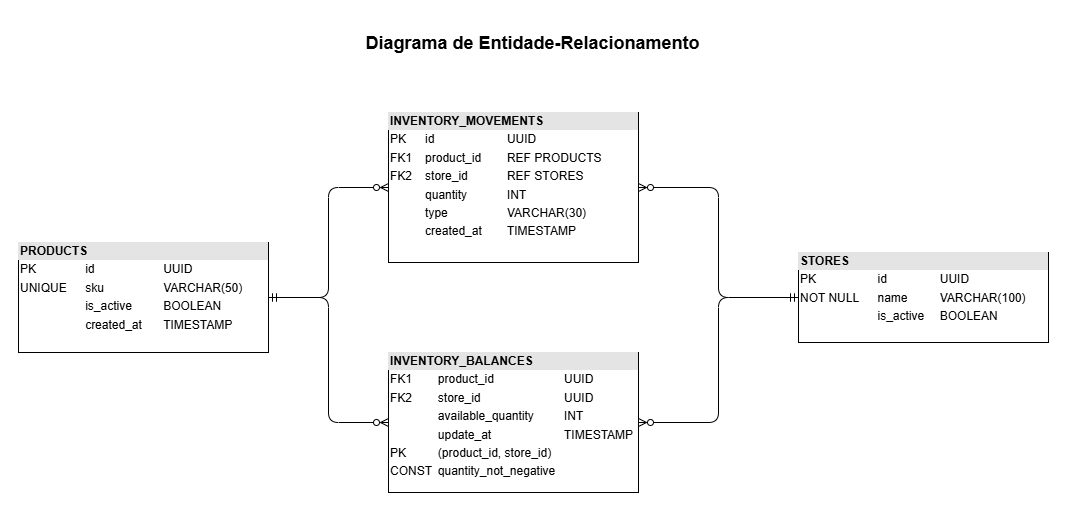
franklindrw/Stock-Manager keeps this draw.io diagram as documentation/db-der.drawio.png. Above is the earlier version. Source tidied: cells renumbered, new cells last; positions are measured from the earlier drawing's top-left corner, leaving out a move shared by most shapes.
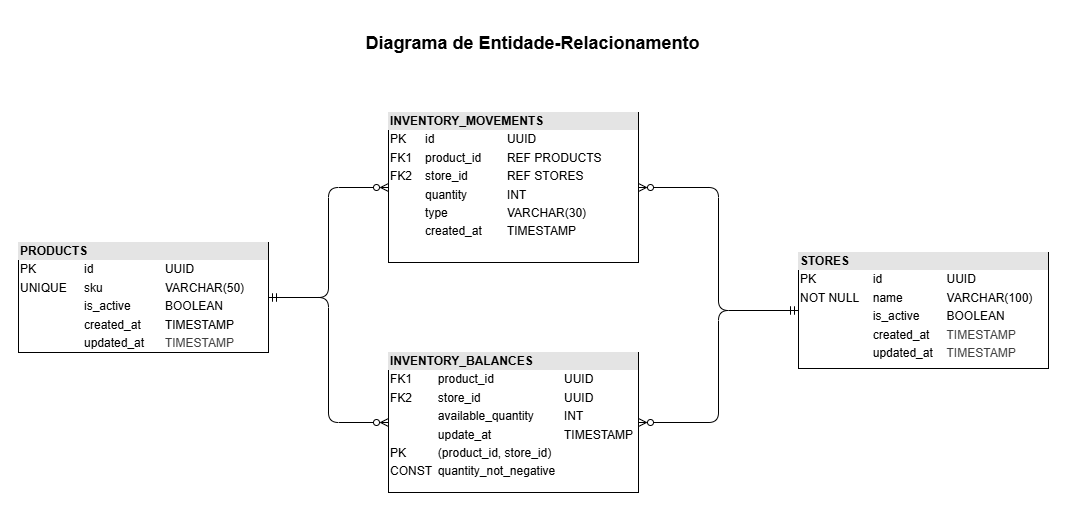
The same file after the commit.

Diff of the diagram source:
```diff
@@ -13,13 +13,13 @@
         </Array>
       </mxGeometry>
     </mxCell>
-    <mxCell id="4" value="&lt;div style=&quot;box-sizing: border-box; width: 100%; background: rgb(228, 228, 228); padding: 2px;&quot;&gt;&lt;b&gt;PRODUCTS&lt;/b&gt;&lt;/div&gt;&lt;table style=&quot;width:100%;font-size:1em;&quot; cellpadding=&quot;2&quot; cellspacing=&quot;0&quot;&gt;&lt;tbody&gt;&lt;tr&gt;&lt;td&gt;PK&lt;/td&gt;&lt;td&gt;id&lt;/td&gt;&lt;td&gt;UUID&lt;/td&gt;&lt;/tr&gt;&lt;tr&gt;&lt;td&gt;UNIQUE&lt;/td&gt;&lt;td&gt;sku&lt;/td&gt;&lt;td&gt;VARCHAR(50)&lt;/td&gt;&lt;/tr&gt;&lt;tr&gt;&lt;td&gt;&lt;/td&gt;&lt;td&gt;is_active&lt;/td&gt;&lt;td&gt;BOOLEAN&lt;/td&gt;&lt;/tr&gt;&lt;tr&gt;&lt;td&gt;&lt;br&gt;&lt;/td&gt;&lt;td&gt;created_at&lt;/td&gt;&lt;td&gt;TIMESTAMP&lt;/td&gt;&lt;/tr&gt;&lt;/tbody&gt;&lt;/table&gt;" style="verticalAlign=top;align=left;overflow=fill;html=1;whiteSpace=wrap;" parent="1" vertex="1">
+    <mxCell id="4" value="&lt;div style=&quot;box-sizing: border-box; width: 100%; background: rgb(228, 228, 228); padding: 2px;&quot;&gt;&lt;b&gt;PRODUCTS&lt;/b&gt;&lt;/div&gt;&lt;table style=&quot;width:100%;font-size:1em;&quot; cellpadding=&quot;2&quot; cellspacing=&quot;0&quot;&gt;&lt;tbody&gt;&lt;tr&gt;&lt;td&gt;PK&lt;/td&gt;&lt;td&gt;id&lt;/td&gt;&lt;td&gt;UUID&lt;/td&gt;&lt;/tr&gt;&lt;tr&gt;&lt;td&gt;UNIQUE&lt;/td&gt;&lt;td&gt;sku&lt;/td&gt;&lt;td&gt;VARCHAR(50)&lt;/td&gt;&lt;/tr&gt;&lt;tr&gt;&lt;td&gt;&lt;/td&gt;&lt;td&gt;is_active&lt;/td&gt;&lt;td&gt;BOOLEAN&lt;/td&gt;&lt;/tr&gt;&lt;tr&gt;&lt;td&gt;&lt;br&gt;&lt;/td&gt;&lt;td&gt;created_at&lt;/td&gt;&lt;td&gt;TIMESTAMP&amp;nbsp;&lt;/td&gt;&lt;/tr&gt;&lt;tr&gt;&lt;td&gt;&lt;br&gt;&lt;/td&gt;&lt;td&gt;updated_at&lt;/td&gt;&lt;td&gt;&lt;span style=&quot;color: rgb(63, 63, 63);&quot;&gt;TIMESTAMP&lt;/span&gt;&lt;/td&gt;&lt;/tr&gt;&lt;/tbody&gt;&lt;/table&gt;" style="verticalAlign=top;align=left;overflow=fill;html=1;whiteSpace=wrap;" parent="1" vertex="1">
       <mxGeometry y="224" width="250" height="110" as="geometry" />
     </mxCell>
     <mxCell id="5" style="edgeStyle=orthogonalEdgeStyle;html=1;startArrow=ERmandOne;startFill=0;endArrow=ERzeroToMany;endFill=0;" parent="1" edge="1" source="7" target="9">
       <mxGeometry relative="1" as="geometry">
         <Array as="points">
-          <mxPoint x="700" y="279" />
+          <mxPoint x="700" y="292" />
           <mxPoint x="700" y="404" />
         </Array>
       </mxGeometry>
@@ -27,8 +27,8 @@
     <mxCell id="6" style="edgeStyle=orthogonalEdgeStyle;html=1;startArrow=ERmandOne;startFill=0;endArrow=ERzeroToMany;endFill=0;" parent="1" edge="1" source="7" target="8">
       <mxGeometry relative="1" as="geometry" />
     </mxCell>
-    <mxCell id="7" value="&lt;div style=&quot;box-sizing: border-box; width: 100%; background: rgb(228, 228, 228); padding: 2px;&quot;&gt;&lt;b&gt;STORES&lt;/b&gt;&lt;/div&gt;&lt;table style=&quot;width:100%;font-size:1em;&quot; cellpadding=&quot;2&quot; cellspacing=&quot;0&quot;&gt;&lt;tbody&gt;&lt;tr&gt;&lt;td&gt;PK&lt;/td&gt;&lt;td&gt;id&lt;/td&gt;&lt;td&gt;UUID&lt;/td&gt;&lt;/tr&gt;&lt;tr&gt;&lt;td&gt;NOT NULL&lt;/td&gt;&lt;td&gt;name&lt;/td&gt;&lt;td&gt;VARCHAR(100)&lt;/td&gt;&lt;/tr&gt;&lt;tr&gt;&lt;td&gt;&lt;/td&gt;&lt;td&gt;is_active&lt;/td&gt;&lt;td&gt;BOOLEAN&lt;/td&gt;&lt;/tr&gt;&lt;/tbody&gt;&lt;/table&gt;" style="verticalAlign=top;align=left;overflow=fill;html=1;whiteSpace=wrap;" parent="1" vertex="1">
-      <mxGeometry x="780" y="234" width="250" height="90" as="geometry" />
+    <mxCell id="7" value="&lt;div style=&quot;box-sizing: border-box; width: 100%; background: rgb(228, 228, 228); padding: 2px;&quot;&gt;&lt;b&gt;STORES&lt;/b&gt;&lt;/div&gt;&lt;table style=&quot;width:100%;font-size:1em;&quot; cellpadding=&quot;2&quot; cellspacing=&quot;0&quot;&gt;&lt;tbody&gt;&lt;tr&gt;&lt;td&gt;PK&lt;/td&gt;&lt;td&gt;id&lt;/td&gt;&lt;td&gt;UUID&lt;/td&gt;&lt;/tr&gt;&lt;tr&gt;&lt;td&gt;NOT NULL&lt;/td&gt;&lt;td&gt;name&lt;/td&gt;&lt;td&gt;VARCHAR(100)&lt;/td&gt;&lt;/tr&gt;&lt;tr&gt;&lt;td&gt;&lt;/td&gt;&lt;td&gt;is_active&lt;/td&gt;&lt;td&gt;BOOLEAN&lt;/td&gt;&lt;/tr&gt;&lt;tr&gt;&lt;td&gt;&lt;br&gt;&lt;/td&gt;&lt;td&gt;created_at&lt;/td&gt;&lt;td&gt;&lt;span style=&quot;color: rgb(63, 63, 63);&quot;&gt;TIMESTAMP&lt;/span&gt;&lt;/td&gt;&lt;/tr&gt;&lt;tr&gt;&lt;td&gt;&lt;br&gt;&lt;/td&gt;&lt;td&gt;updated_at&lt;/td&gt;&lt;td&gt;&lt;span style=&quot;color: rgb(63, 63, 63);&quot;&gt;TIMESTAMP&lt;/span&gt;&lt;/td&gt;&lt;/tr&gt;&lt;/tbody&gt;&lt;/table&gt;" style="verticalAlign=top;align=left;overflow=fill;html=1;whiteSpace=wrap;" parent="1" vertex="1">
+      <mxGeometry x="780" y="234" width="250" height="116" as="geometry" />
     </mxCell>
     <mxCell id="8" value="&lt;div style=&quot;box-sizing: border-box; width: 100%; background: rgb(228, 228, 228); padding: 2px;&quot;&gt;&lt;b&gt;INVENTORY_MOVEMENTS&lt;/b&gt;&lt;/div&gt;&lt;table style=&quot;width:100%;font-size:1em;&quot; cellpadding=&quot;2&quot; cellspacing=&quot;0&quot;&gt;&lt;tbody&gt;&lt;tr&gt;&lt;td&gt;PK&lt;/td&gt;&lt;td&gt;id&lt;/td&gt;&lt;td&gt;UUID&lt;/td&gt;&lt;/tr&gt;&lt;tr&gt;&lt;td&gt;FK1&lt;/td&gt;&lt;td&gt;product_id&lt;/td&gt;&lt;td&gt;REF PRODUCTS&lt;/td&gt;&lt;/tr&gt;&lt;tr&gt;&lt;td&gt;FK2&lt;/td&gt;&lt;td&gt;store_id&lt;/td&gt;&lt;td&gt;REF STORES&lt;/td&gt;&lt;/tr&gt;&lt;tr&gt;&lt;td&gt;&lt;/td&gt;&lt;td&gt;quantity&lt;/td&gt;&lt;td&gt;INT&lt;/td&gt;&lt;/tr&gt;&lt;tr&gt;&lt;td&gt;&lt;br&gt;&lt;/td&gt;&lt;td&gt;type&lt;/td&gt;&lt;td&gt;VARCHAR(30)&lt;/td&gt;&lt;/tr&gt;&lt;tr&gt;&lt;td&gt;&lt;br&gt;&lt;/td&gt;&lt;td&gt;created_at&lt;/td&gt;&lt;td&gt;TIMESTAMP&lt;/td&gt;&lt;/tr&gt;&lt;/tbody&gt;&lt;/table&gt;" style="verticalAlign=top;align=left;overflow=fill;html=1;whiteSpace=wrap;" parent="1" vertex="1">
       <mxGeometry x="370" y="94" width="250" height="150" as="geometry" />
```
